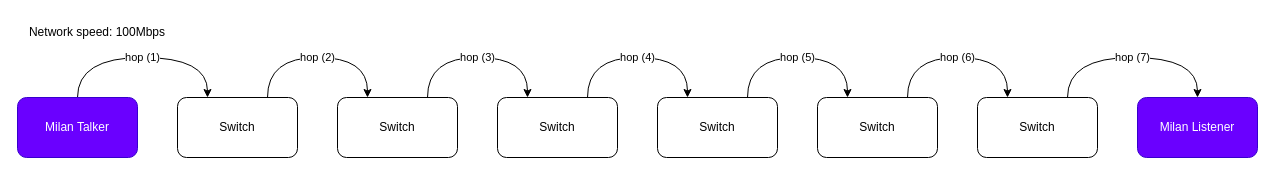
Above: static/images/number_of_hops_100Mbps.drawio in avb-academy/avb_academy (draw.io), before the change. Source tidied: cells renumbered, new cells numbered last; positions are measured from the earlier drawing's top-left corner, leaving out a move shared by most shapes. Both pictures are drawn from the tidied source at 100%, with x=0, y=0 at pixel (17, 17).
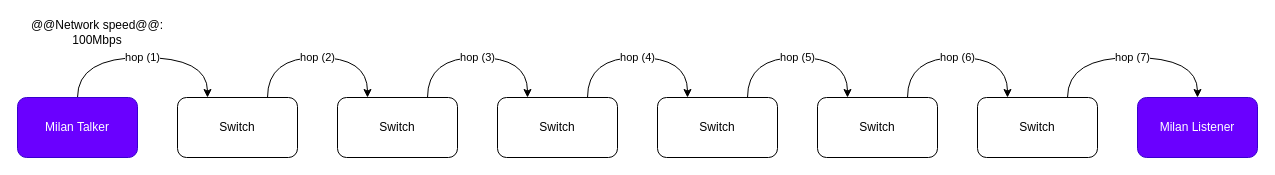
After the change.

The edit, as a diff of the source:
```diff
@@
-    <mxCell id="17" value="Network speed: 100Mbps" style="text;html=1;strokeColor=none;fillColor=none;align=center;verticalAlign=middle;whiteSpace=wrap;rounded=0;" parent="1" vertex="1">
+    <mxCell id="17" value="@@Network speed@@: 100Mbps" style="text;html=1;strokeColor=none;fillColor=none;align=center;verticalAlign=middle;whiteSpace=wrap;rounded=0;" parent="1" vertex="1">
       <mxGeometry width="160" height="30" as="geometry" />
     </mxCell>
```
